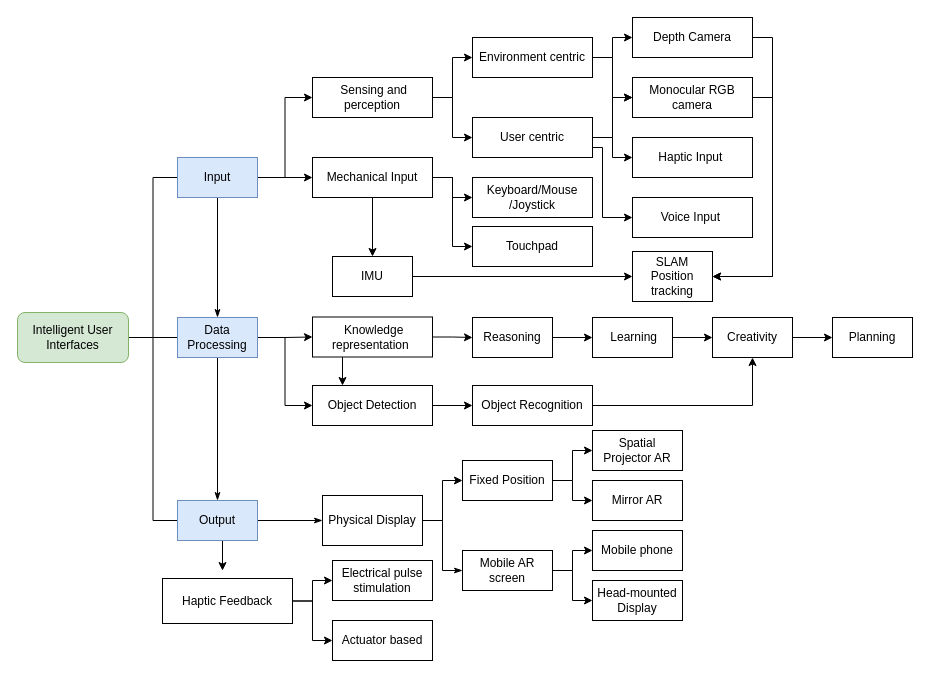
kitylam9/Survey-on-Intelligent-user-interface-for-AugmentedReality keeps this draw.io diagram as classifyIUI.drawio. Above is the earlier version. Source tidied: cells renumbered, new cells numbered last; positions are measured from the earlier drawing's top-left corner, leaving out a move shared by most shapes. Both pictures are drawn from the tidied source at 100%, with x=0, y=0 at pixel (17, 17).
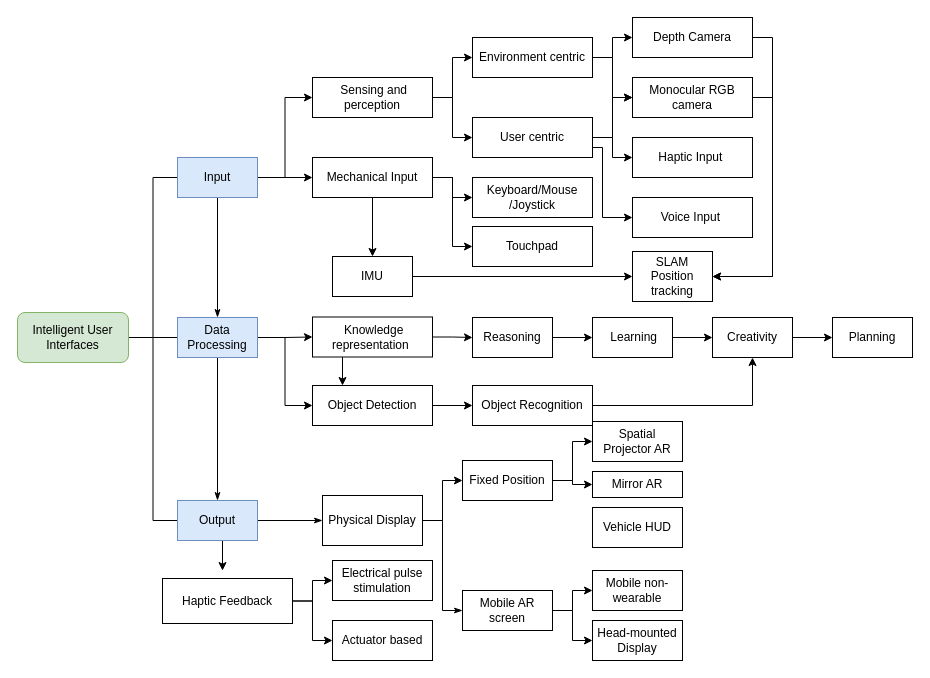
After the change.

The edit, as a diff of the source:
```diff
@@
     <mxCell id="38" value="Mobile AR screen" style="rounded=0;whiteSpace=wrap;html=1;" parent="1" vertex="1">
-      <mxGeometry x="445" y="533" width="90" height="40" as="geometry" />
+      <mxGeometry x="445" y="573" width="90" height="40" as="geometry" />
     </mxCell>
     <mxCell id="39" value="Spatial Projector AR" style="rounded=0;whiteSpace=wrap;html=1;" parent="1" vertex="1">
-      <mxGeometry x="575" y="413" width="90" height="40" as="geometry" />
+      <mxGeometry x="575" y="404" width="90" height="40" as="geometry" />
     </mxCell>
     <mxCell id="40" value="Mirror AR" style="rounded=0;whiteSpace=wrap;html=1;" parent="1" vertex="1">
-      <mxGeometry x="575" y="463" width="90" height="40" as="geometry" />
+      <mxGeometry x="575" y="454" width="90" height="26" as="geometry" />
     </mxCell>
-    <mxCell id="41" value="Mobile phone" style="rounded=0;whiteSpace=wrap;html=1;" parent="1" vertex="1">
-      <mxGeometry x="575" y="513" width="90" height="40" as="geometry" />
+    <mxCell id="41" value="Mobile non-wearable" style="rounded=0;whiteSpace=wrap;html=1;" parent="1" vertex="1">
+      <mxGeometry x="575" y="553" width="90" height="40" as="geometry" />
     </mxCell>
     <mxCell id="42" value="Head-mounted Display" style="rounded=0;whiteSpace=wrap;html=1;" parent="1" vertex="1">
-      <mxGeometry x="575" y="563" width="90" height="40" as="geometry" />
+      <mxGeometry x="575" y="603" width="90" height="40" as="geometry" />
     </mxCell>
@@
+    <mxCell id="74" value="Vehicle HUD" style="rounded=0;whiteSpace=wrap;html=1;" parent="1" vertex="1">
+      <mxGeometry x="575" y="490" width="90" height="40" as="geometry" />
+    </mxCell>
```
